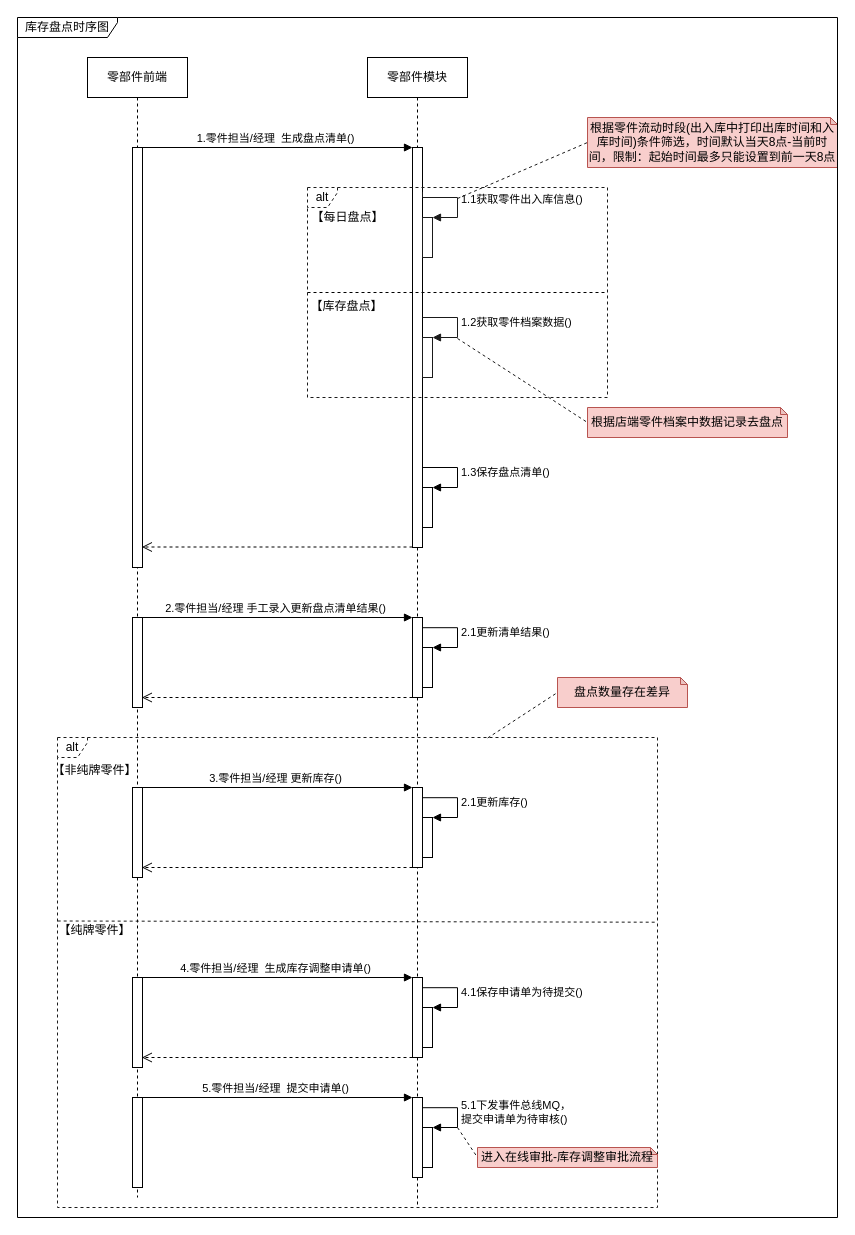
Earlier version of the draw.io diagram page "生成盘点清单时序图" (1 of 6) of 库存管理-库存盘点.drawio (1132489442/gitRepository1). Source tidied: cells renumbered, new cells numbered last; positions are measured from the earlier drawing's top-left corner, leaving out a move shared by most shapes. Both pictures are drawn from the tidied source at 100%, with x=0, y=0 at pixel (17, 17).
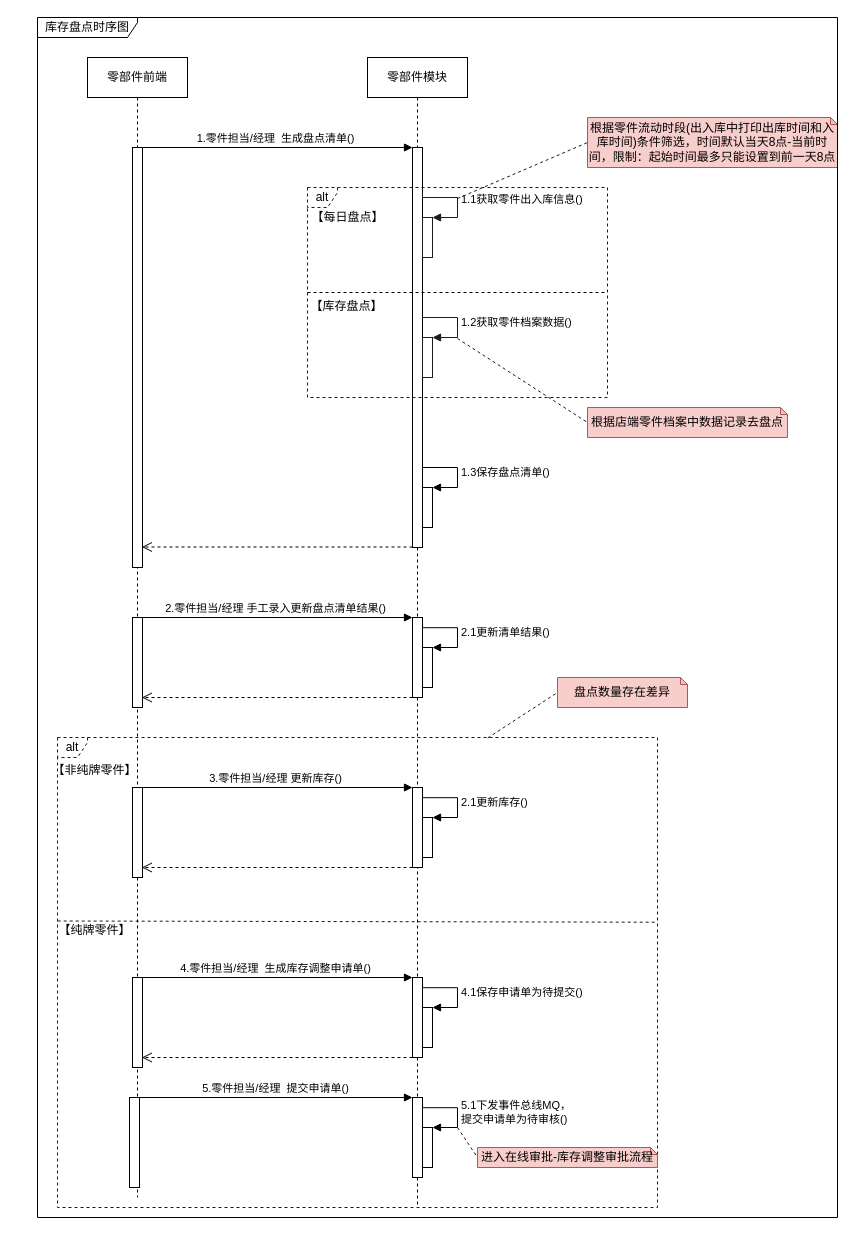
Above is the later version.

Diff of the diagram source:
```diff
@@
     <mxCell id="20" value="库存盘点时序图" style="shape=umlFrame;whiteSpace=wrap;html=1;fillColor=#FFFFFF;width=100;height=20;" parent="1" vertex="1">
-      <mxGeometry width="820" height="1200" as="geometry" />
+      <mxGeometry x="20" width="800" height="1200" as="geometry" />
     </mxCell>
@@
     <mxCell id="47" style="html=1;perimeter=orthogonalPerimeter;" parent="1" vertex="1">
-      <mxGeometry x="115" y="1080" width="10" height="90" as="geometry" />
+      <mxGeometry x="112" y="1080" width="10" height="90" as="geometry" />
     </mxCell>
@@
-    <mxCell id="49" value="5.零件担当/经理&amp;nbsp; 提交申请单()" style="html=1;verticalAlign=bottom;endArrow=block;entryX=0;entryY=0;rounded=0;" parent="1" edge="1">
+    <mxCell id="49" value="5.零件担当/经理&amp;nbsp; 提交申请单()" style="html=1;verticalAlign=bottom;endArrow=block;entryX=0;entryY=0;rounded=0;endFill=1;" parent="1" edge="1">
       <mxGeometry relative="1" as="geometry">
         <mxPoint x="120" y="1080" as="sourcePoint" />
         <mxPoint x="395" y="1080" as="targetPoint" />
       </mxGeometry>
     </mxCell>
```
